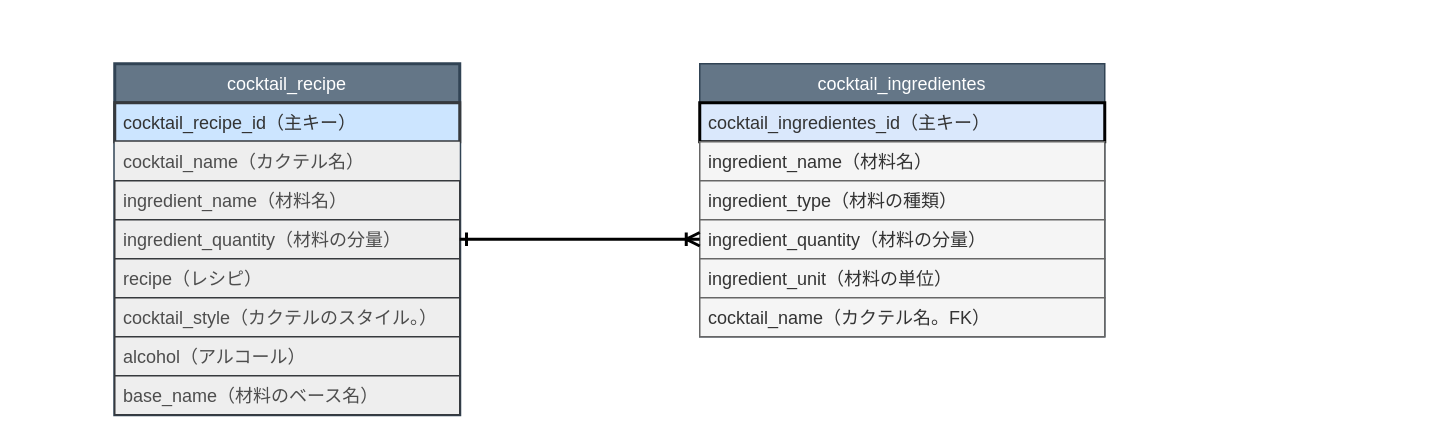
Before: docs/db/cocktail.dio in LuffaAegyptiaca/cocktail_api, a draw.io diagram. Source tidied: cells renumbered, new cells numbered last; positions are measured from the earlier drawing's top-left corner, leaving out a move shared by most shapes. Both pictures are drawn from the tidied source at 150%, with x=0, y=0 at pixel (114, 63).
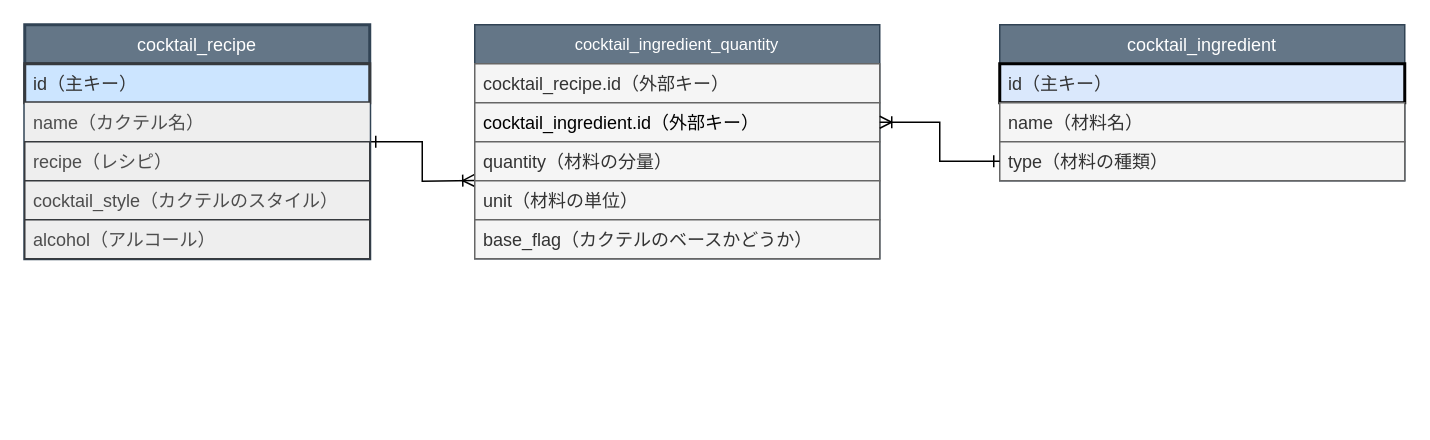
The same diagram, later.

Commit message (it also covers changes not shown here):
レビュー内容を踏まえて、ER図を修正

What changed in the source:
```diff
@@
+    <mxCell id="19" style="edgeStyle=orthogonalEdgeStyle;rounded=0;jettySize=auto;html=1;exitX=1;exitY=0.5;exitDx=0;exitDy=0;fontColor=#000000;startArrow=ERone;startFill=0;endArrow=ERoneToMany;endFill=0;" parent="1" edge="1" source="2">
+      <mxGeometry relative="1" as="geometry">
+        <mxPoint x="240" y="77.8" as="targetPoint" />
+      </mxGeometry>
+    </mxCell>
     <mxCell id="2" value="cocktail_recipe" style="swimlane;fontStyle=0;horizontal=1;startSize=26;fillColor=#647687;strokeColor=#314354;fontColor=#ffffff;strokeWidth=2;" parent="1" vertex="1">
-      <mxGeometry width="230" height="234" as="geometry" />
+      <mxGeometry x="-60" y="-26" width="230" height="156" as="geometry" />
     </mxCell>
-    <mxCell id="3" value="cocktail_recipe_id（主キー）" style="text;align=left;verticalAlign=middle;spacingLeft=4;spacingRight=4;overflow=hidden;labelBackgroundColor=none;labelBorderColor=none;fontStyle=0;fillColor=#cce5ff;strokeColor=#36393d;fontColor=#333333;strokeWidth=2;" parent="2" vertex="1">
+    <mxCell id="3" value="id（主キー）" style="text;align=left;verticalAlign=middle;spacingLeft=4;spacingRight=4;overflow=hidden;labelBackgroundColor=none;labelBorderColor=none;fontStyle=0;fillColor=#cce5ff;strokeColor=#36393d;fontColor=#333333;strokeWidth=2;" parent="2" vertex="1">
       <mxGeometry y="26" width="230" height="26" as="geometry" />
     </mxCell>
-    <mxCell id="4" value="cocktail_name（カクテル名）" style="text;align=left;verticalAlign=middle;spacingLeft=4;spacingRight=4;overflow=hidden;labelBackgroundColor=none;labelBorderColor=none;fontStyle=0;dashed=1;fillColor=#eeeeee;fontColor=#4D4D4D;" parent="2" vertex="1">
+    <mxCell id="4" value="name（カクテル名）" style="text;align=left;verticalAlign=middle;spacingLeft=4;spacingRight=4;overflow=hidden;labelBackgroundColor=none;labelBorderColor=none;fontStyle=0;dashed=1;fillColor=#eeeeee;fontColor=#4D4D4D;" parent="2" vertex="1">
       <mxGeometry y="52" width="230" height="26" as="geometry" />
     </mxCell>
-    <mxCell id="5" value="ingredient_name（材料名）" style="text;align=left;verticalAlign=top;spacingLeft=4;spacingRight=4;overflow=hidden;fillColor=#eeeeee;strokeColor=#36393d;fontColor=#4D4D4D;" parent="2" vertex="1">
-      <mxGeometry y="78" width="230" height="26" as="geometry" />
-    </mxCell>
-    <mxCell id="6" value="ingredient_quantity（材料の分量）&#10;&#10;&#10;" style="text;align=left;verticalAlign=top;spacingLeft=4;spacingRight=4;overflow=hidden;points=[[0,0.5],[1,0.5]];portConstraint=eastwest;fillColor=#eeeeee;strokeColor=#36393d;fontColor=#4D4D4D;" parent="2" vertex="1">
-      <mxGeometry y="104" width="230" height="26" as="geometry" />
-    </mxCell>
     <mxCell id="7" value="recipe（レシピ）" style="text;align=left;verticalAlign=top;spacingLeft=4;spacingRight=4;overflow=hidden;shadow=0;fillColor=#eeeeee;strokeColor=#36393d;fontColor=#4D4D4D;" parent="2" vertex="1">
-      <mxGeometry y="130" width="230" height="26" as="geometry" />
+      <mxGeometry y="78" width="230" height="26" as="geometry" />
     </mxCell>
-    <mxCell id="8" value="cocktail_style（カクテルのスタイル。）" style="text;align=left;verticalAlign=top;spacingLeft=4;spacingRight=4;overflow=hidden;shadow=0;fillColor=#eeeeee;strokeColor=#36393d;fontColor=#4D4D4D;" parent="2" vertex="1">
-      <mxGeometry y="156" width="230" height="26" as="geometry" />
+    <mxCell id="8" value="cocktail_style（カクテルのスタイル）" style="text;align=left;verticalAlign=top;spacingLeft=4;spacingRight=4;overflow=hidden;shadow=0;fillColor=#eeeeee;strokeColor=#36393d;fontColor=#4D4D4D;" parent="2" vertex="1">
+      <mxGeometry y="104" width="230" height="26" as="geometry" />
     </mxCell>
     <mxCell id="9" value="alcohol（アルコール）" style="text;align=left;verticalAlign=top;spacingLeft=4;spacingRight=4;overflow=hidden;shadow=0;fillColor=#eeeeee;strokeColor=#36393d;fontColor=#4D4D4D;" parent="2" vertex="1">
-      <mxGeometry y="182" width="230" height="26" as="geometry" />
+      <mxGeometry y="130" width="230" height="26" as="geometry" />
     </mxCell>
-    <mxCell id="10" value="base_name（材料のベース名）" style="text;align=left;verticalAlign=top;spacingLeft=4;spacingRight=4;overflow=hidden;shadow=0;fillColor=#eeeeee;strokeColor=#36393d;fontColor=#4D4D4D;" parent="2" vertex="1">
-      <mxGeometry y="208" width="230" height="26" as="geometry" />
-    </mxCell>
-    <mxCell id="11" value="cocktail_ingredientes" style="swimlane;fontStyle=0;horizontal=1;startSize=26;shadow=0;swimlaneLine=1;fillColor=#647687;strokeColor=#314354;fontColor=#ffffff;" parent="1" vertex="1">
-      <mxGeometry x="390" width="270" height="182" as="geometry" />
+    <mxCell id="11" value="cocktail_ingredient" style="swimlane;fontStyle=0;horizontal=1;startSize=26;shadow=0;swimlaneLine=1;fillColor=#647687;strokeColor=#314354;labelBackgroundColor=none;verticalAlign=middle;fontColor=#FFFFFF;" parent="1" vertex="1">
+      <mxGeometry x="590" y="-26" width="270" height="104" as="geometry" />
     </mxCell>
-    <mxCell id="12" value="cocktail_ingredientes_id（主キー）" style="text;align=left;verticalAlign=top;spacingLeft=4;spacingRight=4;overflow=hidden;fillColor=#dae8fc;fontColor=#333333;strokeWidth=2;strokeColor=#000000;" parent="11" vertex="1">
+    <mxCell id="12" value="id（主キー）" style="text;align=left;verticalAlign=top;spacingLeft=4;spacingRight=4;overflow=hidden;fillColor=#dae8fc;fontColor=#333333;strokeWidth=2;strokeColor=#000000;" parent="11" vertex="1">
       <mxGeometry y="26" width="270" height="26" as="geometry" />
     </mxCell>
-    <mxCell id="13" value="ingredient_name（材料名）" style="text;align=left;verticalAlign=top;spacingLeft=4;spacingRight=4;overflow=hidden;fillColor=#f5f5f5;strokeColor=#666666;fontColor=#333333;" parent="11" vertex="1">
+    <mxCell id="13" value="name（材料名）" style="text;align=left;verticalAlign=top;spacingLeft=4;spacingRight=4;overflow=hidden;fillColor=#f5f5f5;strokeColor=#666666;fontColor=#333333;" parent="11" vertex="1">
       <mxGeometry y="52" width="270" height="26" as="geometry" />
     </mxCell>
-    <mxCell id="14" value="ingredient_type（材料の種類）" style="text;align=left;verticalAlign=top;spacingLeft=4;spacingRight=4;overflow=hidden;points=[[0,0.5],[1,0.5]];portConstraint=eastwest;fillColor=#f5f5f5;strokeColor=#666666;fontColor=#333333;" parent="11" vertex="1">
+    <mxCell id="14" value="type（材料の種類）" style="text;align=left;verticalAlign=top;spacingLeft=4;spacingRight=4;overflow=hidden;points=[[0,0.5],[1,0.5]];portConstraint=eastwest;fillColor=#f5f5f5;strokeColor=#666666;fontColor=#333333;" parent="11" vertex="1">
       <mxGeometry y="78" width="270" height="26" as="geometry" />
     </mxCell>
+    <mxCell id="20" value="cocktail_ingredient_quantity" style="swimlane;fontStyle=0;horizontal=1;startSize=26;shadow=0;swimlaneLine=1;fillColor=#647687;strokeColor=#314354;fontColor=#ffffff;fontSize=11;verticalAlign=middle;" parent="1" vertex="1">
+      <mxGeometry x="240" y="-26" width="270" height="156" as="geometry" />
+    </mxCell>
+    <mxCell id="21" value="cocktail_recipe.id（外部キー）" style="text;align=left;verticalAlign=top;spacingLeft=4;spacingRight=4;overflow=hidden;fillColor=#f5f5f5;strokeColor=#666666;fontColor=#333333;" parent="20" vertex="1">
+      <mxGeometry y="26" width="270" height="26" as="geometry" />
+    </mxCell>
+    <mxCell id="22" value="cocktail_ingredient.id（外部キー）" style="text;align=left;verticalAlign=top;spacingLeft=4;spacingRight=4;overflow=hidden;points=[[0,0.5],[1,0.5]];portConstraint=eastwest;fillColor=#f5f5f5;strokeColor=#666666;fontColor=#000000;" parent="20" vertex="1">
+      <mxGeometry y="52" width="270" height="26" as="geometry" />
+    </mxCell>
-    <mxCell id="15" value="ingredient_quantity（材料の分量）&#10;&#10;&#10;" style="text;align=left;verticalAlign=top;spacingLeft=4;spacingRight=4;overflow=hidden;points=[[0,0.5],[1,0.5]];portConstraint=eastwest;fillColor=#f5f5f5;strokeColor=#666666;fontColor=#333333;" parent="11" vertex="1">
-      <mxGeometry y="104" width="270" height="26" as="geometry" />
+    <mxCell id="15" value="quantity（材料の分量）&#10;&#10;&#10;" style="text;align=left;verticalAlign=top;spacingLeft=4;spacingRight=4;overflow=hidden;points=[[0,0.5],[1,0.5]];portConstraint=eastwest;fillColor=#f5f5f5;strokeColor=#666666;fontColor=#333333;" parent="20" vertex="1">
+      <mxGeometry y="78" width="270" height="26" as="geometry" />
     </mxCell>
+    <mxCell id="23" value="unit（材料の単位）&#10;&#10;&#10;" style="text;align=left;verticalAlign=top;spacingLeft=4;spacingRight=4;overflow=hidden;fillColor=#f5f5f5;strokeColor=#666666;fontColor=#333333;" parent="20" vertex="1">
+      <mxGeometry y="104" width="270" height="26" as="geometry" />
+    </mxCell>
-    <mxCell id="16" value="ingredient_unit（材料の単位）&#10;&#10;&#10;" style="text;align=left;verticalAlign=top;spacingLeft=4;spacingRight=4;overflow=hidden;fillColor=#f5f5f5;strokeColor=#666666;fontColor=#333333;" parent="11" vertex="1">
+    <mxCell id="16" value="base_flag（カクテルのベースかどうか）" style="text;align=left;verticalAlign=top;spacingLeft=4;spacingRight=4;overflow=hidden;fillColor=#f5f5f5;strokeColor=#666666;fontColor=#333333;" parent="20" vertex="1">
       <mxGeometry y="130" width="270" height="26" as="geometry" />
     </mxCell>
-    <mxCell id="17" value="cocktail_name（カクテル名。FK）" style="text;align=left;verticalAlign=top;spacingLeft=4;spacingRight=4;overflow=hidden;fillColor=#f5f5f5;strokeColor=#666666;fontColor=#333333;" parent="11" vertex="1">
-      <mxGeometry y="156" width="270" height="26" as="geometry" />
-    </mxCell>
-    <mxCell id="18" style="edgeStyle=orthogonalEdgeStyle;rounded=0;jettySize=auto;html=1;entryX=0;entryY=0.5;entryDx=0;entryDy=0;startArrow=ERone;startFill=0;endArrow=ERoneToMany;endFill=0;strokeWidth=2;fillColor=#647687;strokeColor=#000000;" parent="1" edge="1" source="6" target="15">
-      <mxGeometry relative="1" as="geometry" />
-    </mxCell>
+    <mxCell id="24" style="edgeStyle=orthogonalEdgeStyle;rounded=0;jettySize=auto;html=1;exitX=1;exitY=0.5;exitDx=0;exitDy=0;startArrow=ERoneToMany;startFill=0;endArrow=ERone;endFill=0;fontColor=#000000;" parent="1" edge="1" source="22" target="14">
+      <mxGeometry relative="1" as="geometry" />
+    </mxCell>
```
